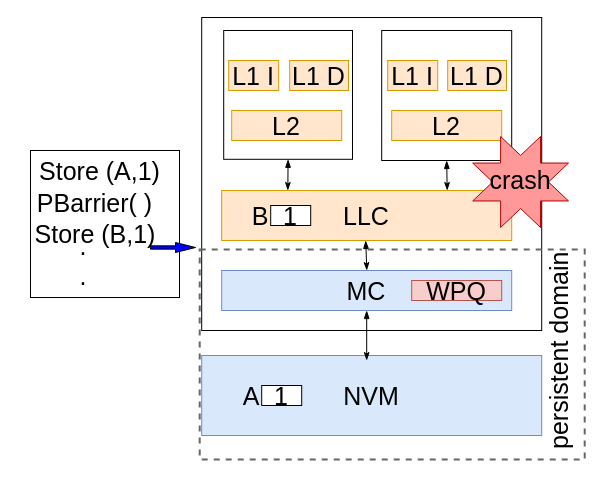
This is fig1_5.drawio from arunkp1986/CAR3S, a draw.io file, before an edit. Source tidied: cells renumbered, new cells numbered last; positions are measured from the earlier drawing's top-left corner, leaving out a move shared by most shapes. Both pictures are drawn from the tidied source at 100%, with x=0, y=0 at pixel (17, 17).
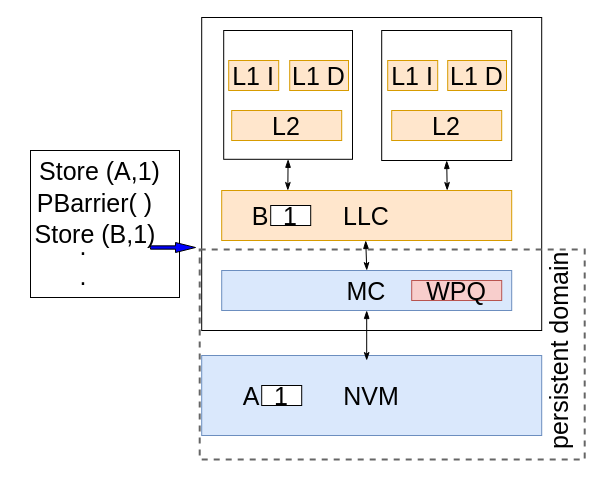
The same diagram, later.

The edit, as a diff of the source:
```diff
@@
-    <mxCell id="28" style="verticalLabelPosition=bottom;verticalAlign=top;html=1;shape=mxgraph.basic.8_point_star;fontSize=25;align=center;strokeColor=#B20000;fontStyle=0;fillColor=#FF9999;" parent="1" vertex="1">
-      <mxGeometry x="455.2" y="119" width="95.8" height="91" as="geometry" />
-    </mxCell>
-    <mxCell id="29" value="crash" style="text;html=1;strokeColor=none;fillColor=none;align=center;verticalAlign=middle;whiteSpace=wrap;rounded=0;fontSize=25;fontStyle=0;" parent="1" vertex="1">
-      <mxGeometry x="483" y="152" width="40" height="20" as="geometry" />
-    </mxCell>
```
